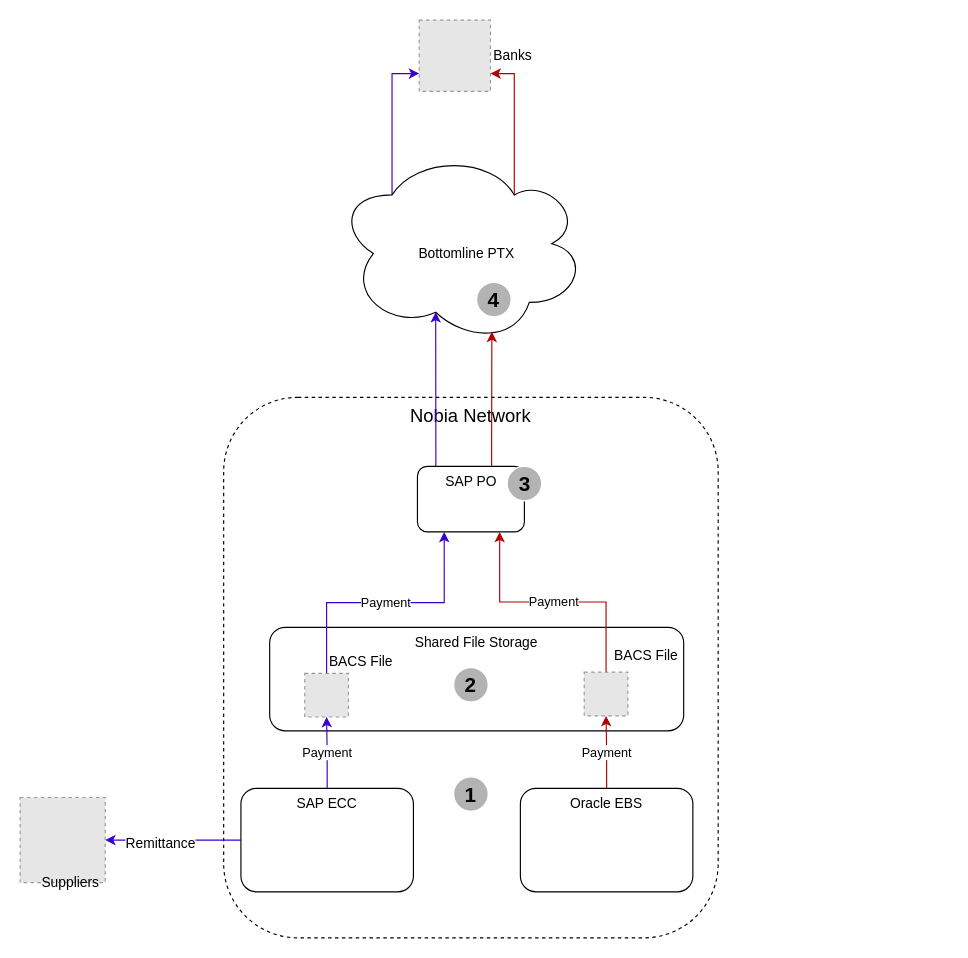
mrf742002/Diagrams keeps this draw.io diagram as page "Bottomline- Step 2" (5 of 9) of Bottomline.drawio. Above is the earlier version. Source tidied: cells renumbered, new cells numbered last; positions are measured from the earlier drawing's top-left corner, leaving out a move shared by most shapes. Both pictures are drawn from the tidied source at 115%, with x=0, y=0 at pixel (20, 20). Pictures stored in the file or linked from it are replaced by grey dashed boxes.
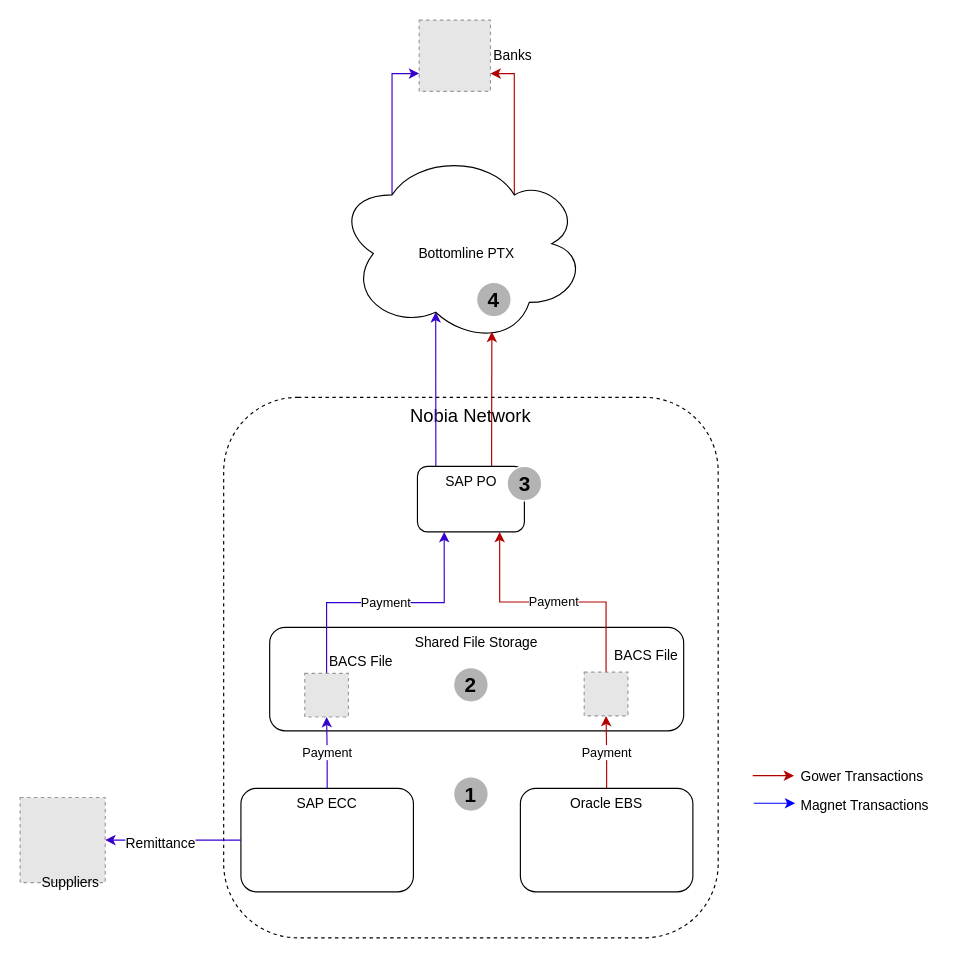
Above is the later version.

Diff of the diagram source:
```diff
@@
+    <mxCell id="30" style="group;" parent="1" vertex="1">
+      <mxGeometry x="637" y="648" width="170" height="35" as="geometry" />
+    </mxCell>
+    <mxCell id="31" style="edgeStyle=orthogonalEdgeStyle;rounded=0;orthogonalLoop=1;jettySize=auto;html=1;fillColor=#e51400;strokeColor=#B20000;" parent="30" edge="1">
+      <mxGeometry x="-1" y="-34" relative="1" as="geometry">
+        <mxPoint y="9" as="sourcePoint" />
+        <mxPoint x="36" y="9" as="targetPoint" />
+      </mxGeometry>
+    </mxCell>
+    <mxCell id="32" style="edgeStyle=orthogonalEdgeStyle;rounded=0;orthogonalLoop=1;jettySize=auto;html=1;fillColor=#e51400;strokeColor=#0000FF;" parent="30" edge="1">
+      <mxGeometry x="-1" y="-34" relative="1" as="geometry">
+        <mxPoint x="1" y="33" as="sourcePoint" />
+        <mxPoint x="37" y="33" as="targetPoint" />
+      </mxGeometry>
+    </mxCell>
+    <mxCell id="33" value="Gower Transactions" style="text;html=1;align=left;verticalAlign=top;spacingTop=-4;" parent="30" vertex="1">
+      <mxGeometry x="40" width="120" height="10" as="geometry" />
+    </mxCell>
+    <mxCell id="34" value="Magnet Transactions" style="text;html=1;align=left;verticalAlign=top;spacingTop=-4;" parent="30" vertex="1">
+      <mxGeometry x="40" y="25" width="130" height="10" as="geometry" />
+    </mxCell>
```
